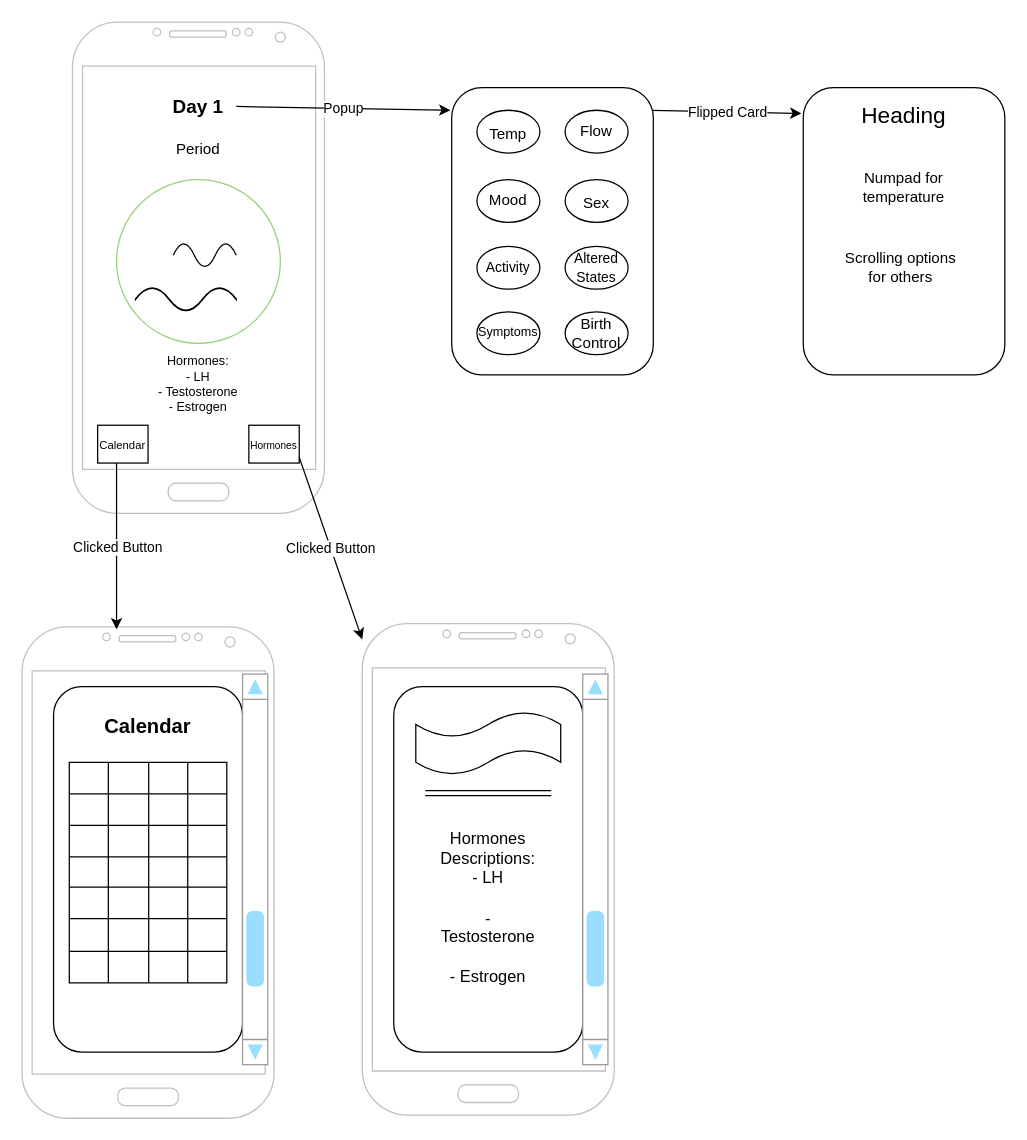
The draw.io diagram AppPrototype.drawio in TeigenC/AppPrototype, before the edit. Source tidied: cells renumbered, new cells numbered last; positions are measured from the earlier drawing's top-left corner, leaving out a move shared by most shapes. Both pictures are drawn from the tidied source at 126%, with x=0, y=0 at pixel (21, 21).
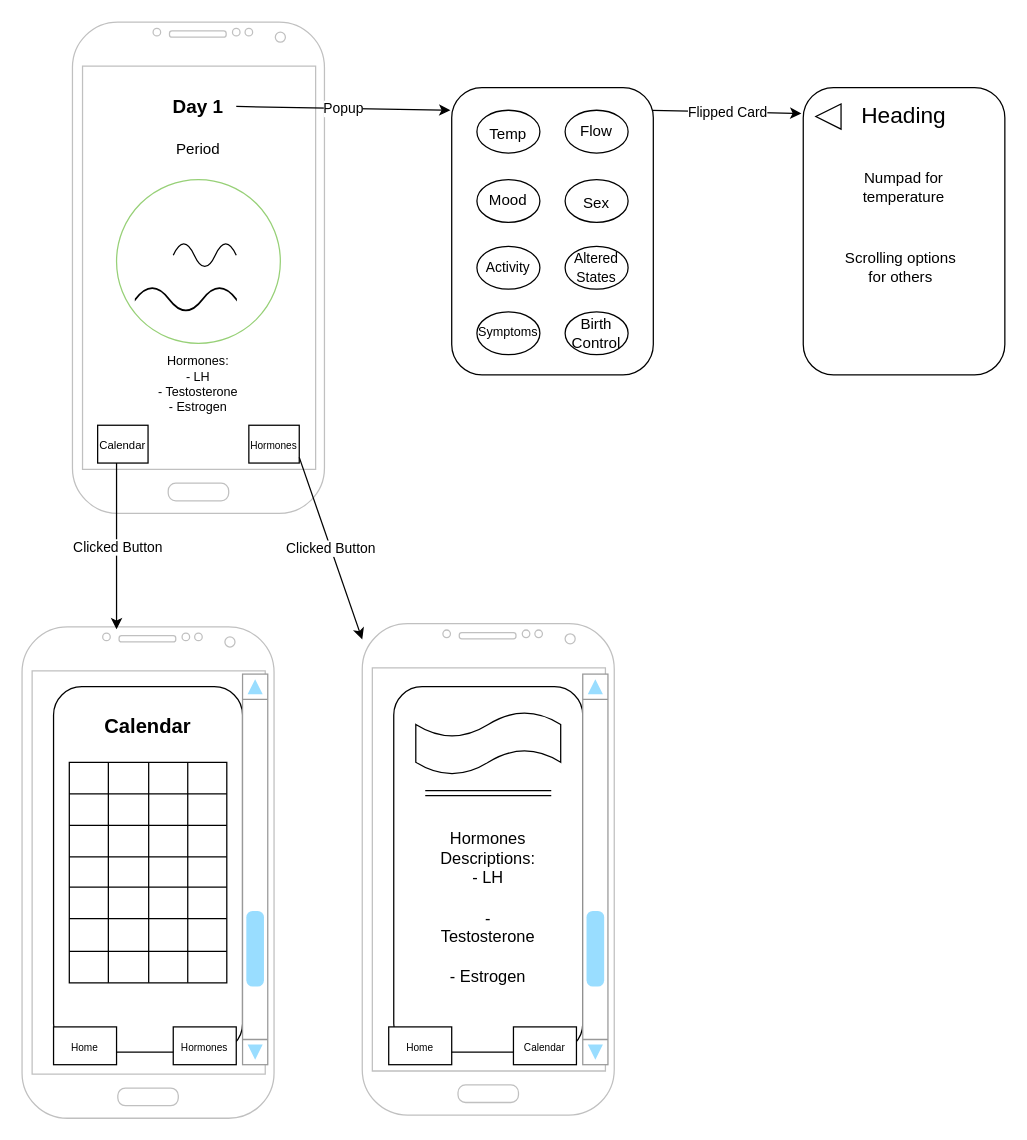
After the change.

Change to the diagram source:
```diff
@@
+    <mxCell id="88" style="html=1;shadow=0;dashed=0;align=center;verticalAlign=middle;shape=mxgraph.arrows2.arrow;dy=0.6;dx=40;flipH=1;notch=0;" parent="1" vertex="1">
+      <mxGeometry x="630" y="65" width="20" height="20" as="geometry" />
+    </mxCell>
+    <mxCell id="89" style="rounded=0;whiteSpace=wrap;html=1;" parent="1" vertex="1">
+      <mxGeometry x="390" y="797.5" width="50" height="30" as="geometry" />
+    </mxCell>
+    <mxCell id="90" value="&lt;font style=&quot;font-size: 8px;&quot;&gt;Calendar&lt;/font&gt;" style="text;strokeColor=none;align=center;fillColor=none;html=1;verticalAlign=middle;whiteSpace=wrap;rounded=0;" parent="1" vertex="1">
+      <mxGeometry x="385" y="797.5" width="60" height="30" as="geometry" />
+    </mxCell>
+    <mxCell id="91" style="rounded=0;whiteSpace=wrap;html=1;" parent="1" vertex="1">
+      <mxGeometry x="291" y="797.5" width="50" height="30" as="geometry" />
+    </mxCell>
+    <mxCell id="92" value="&lt;font style=&quot;font-size: 8px;&quot;&gt;Home&lt;/font&gt;" style="text;strokeColor=none;align=center;fillColor=none;html=1;verticalAlign=middle;whiteSpace=wrap;rounded=0;" parent="1" vertex="1">
+      <mxGeometry x="286" y="797.5" width="60" height="30" as="geometry" />
+    </mxCell>
+    <mxCell id="93" style="rounded=0;whiteSpace=wrap;html=1;" parent="1" vertex="1">
+      <mxGeometry x="25" y="797.5" width="50" height="30" as="geometry" />
+    </mxCell>
+    <mxCell id="94" style="rounded=0;whiteSpace=wrap;html=1;" parent="1" vertex="1">
+      <mxGeometry x="120" y="797.5" width="50" height="30" as="geometry" />
+    </mxCell>
+    <mxCell id="95" value="&lt;font style=&quot;font-size: 8px;&quot;&gt;Hormones&lt;/font&gt;" style="text;strokeColor=none;align=center;fillColor=none;html=1;verticalAlign=middle;whiteSpace=wrap;rounded=0;" parent="1" vertex="1">
+      <mxGeometry x="115" y="797.5" width="60" height="30" as="geometry" />
+    </mxCell>
+    <mxCell id="96" value="&lt;font style=&quot;font-size: 8px;&quot;&gt;Home&lt;/font&gt;" style="text;strokeColor=none;align=center;fillColor=none;html=1;verticalAlign=middle;whiteSpace=wrap;rounded=0;" parent="1" vertex="1">
+      <mxGeometry x="20" y="797.5" width="60" height="30" as="geometry" />
+    </mxCell>
```
